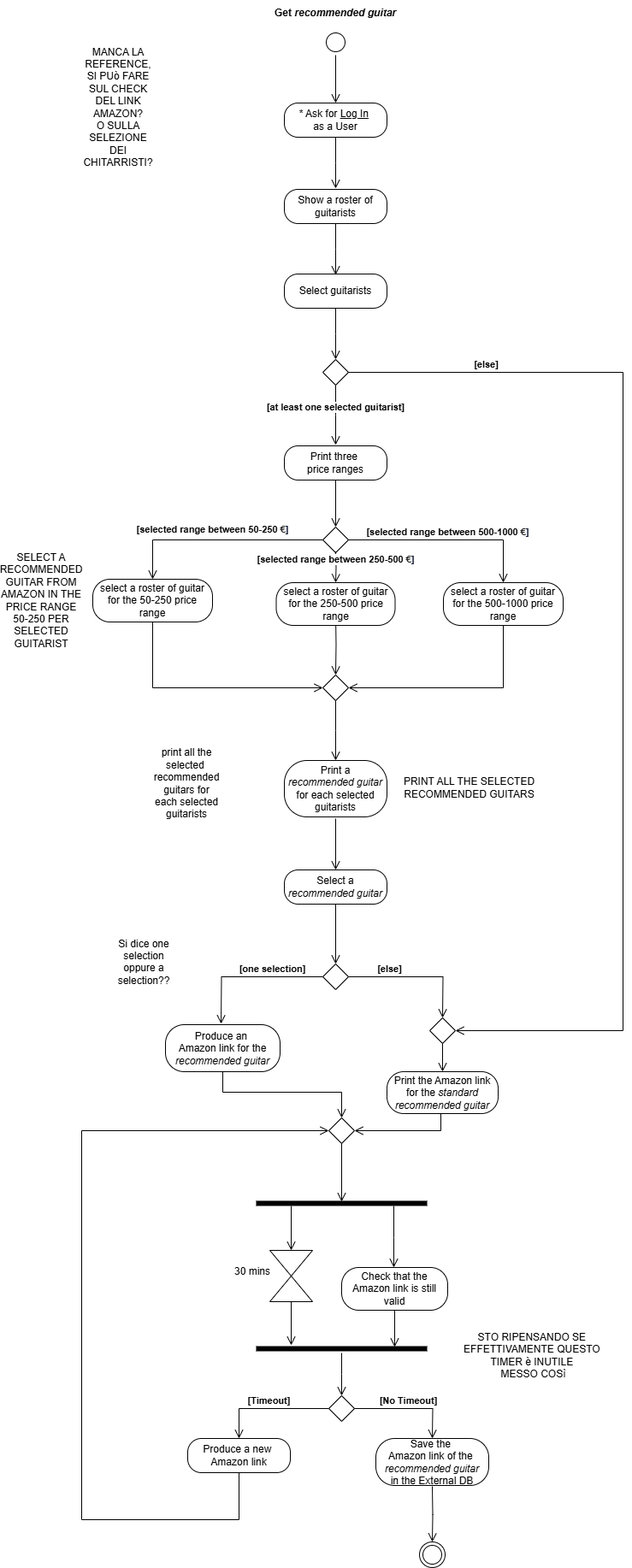
The draw.io diagram ActivityDiagramM.drawio.png in TizianoLilli/ISPW-Project, before a commit. Source tidied: cells renumbered, new cells last; positions are measured from the earlier drawing's top-left corner, leaving out a move shared by most shapes.
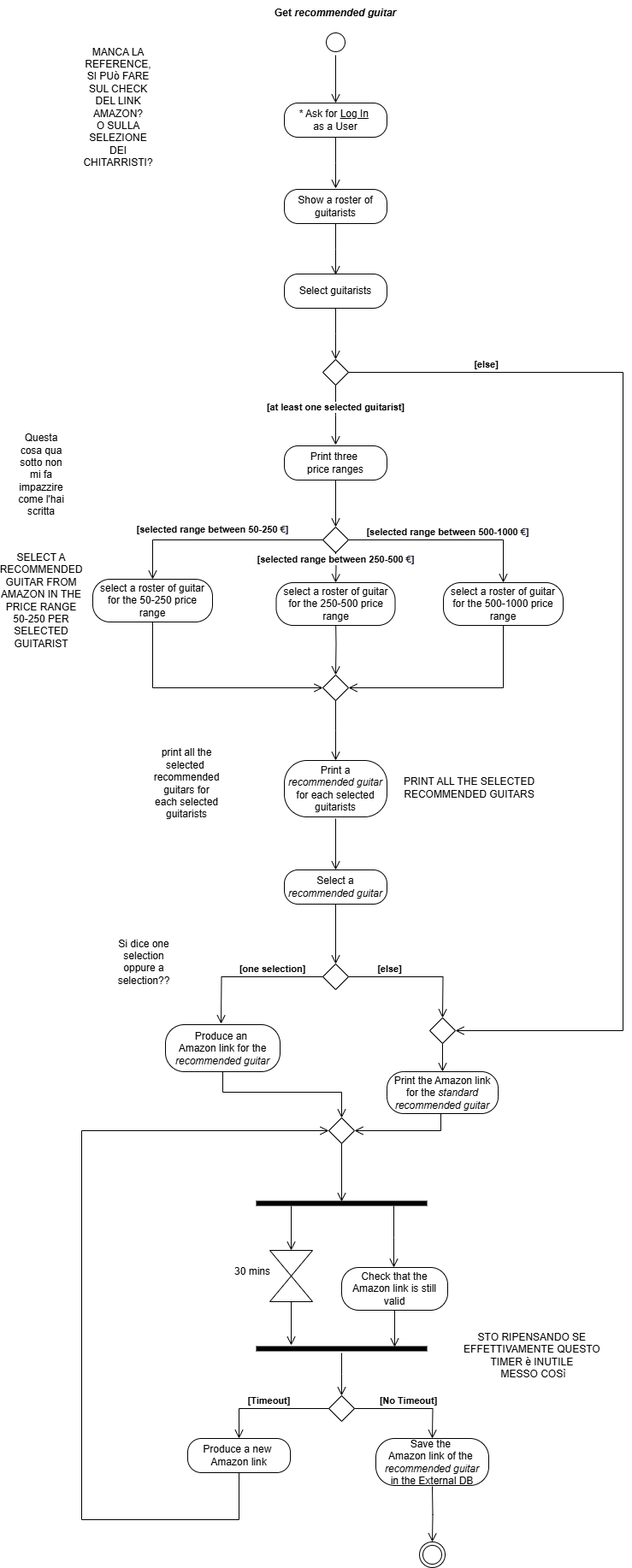
The same diagram one commit later.

The edit, as a diff of the source:
```diff
@@ -267,5 +267,8 @@
     <mxCell id="67" style="edgeStyle=orthogonalEdgeStyle;html=1;verticalAlign=bottom;endArrow=open;endSize=8;rounded=0;entryX=0.5;entryY=0;entryDx=0;entryDy=0;exitX=0.5;exitY=1;exitDx=0;exitDy=0;labelBackgroundColor=none;fontColor=default;" parent="1" edge="1" source="66" target="58">
       <mxGeometry relative="1" as="geometry" />
     </mxCell>
+    <mxCell id="68" value="Questa cosa qua sotto non mi fa impazzire come l'hai scritta" style="text;html=1;align=center;verticalAlign=middle;whiteSpace=wrap;rounded=0;" parent="1" vertex="1">
+      <mxGeometry y="540" width="60" height="30" as="geometry" />
+    </mxCell>
   </root>
 </mxGraphModel>
```
